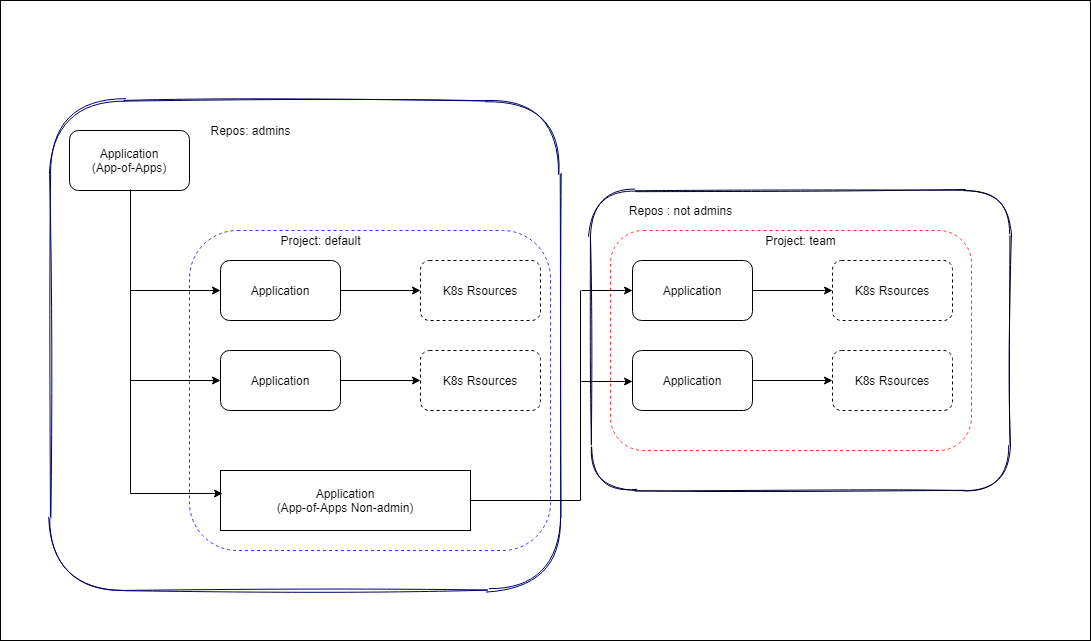
This is tenant.png from melak-cmd/diagrams, a draw.io export, as it was before one commit. Source tidied: cells renumbered, new cells last; positions are measured from the earlier drawing's top-left corner, leaving out a move shared by most shapes.
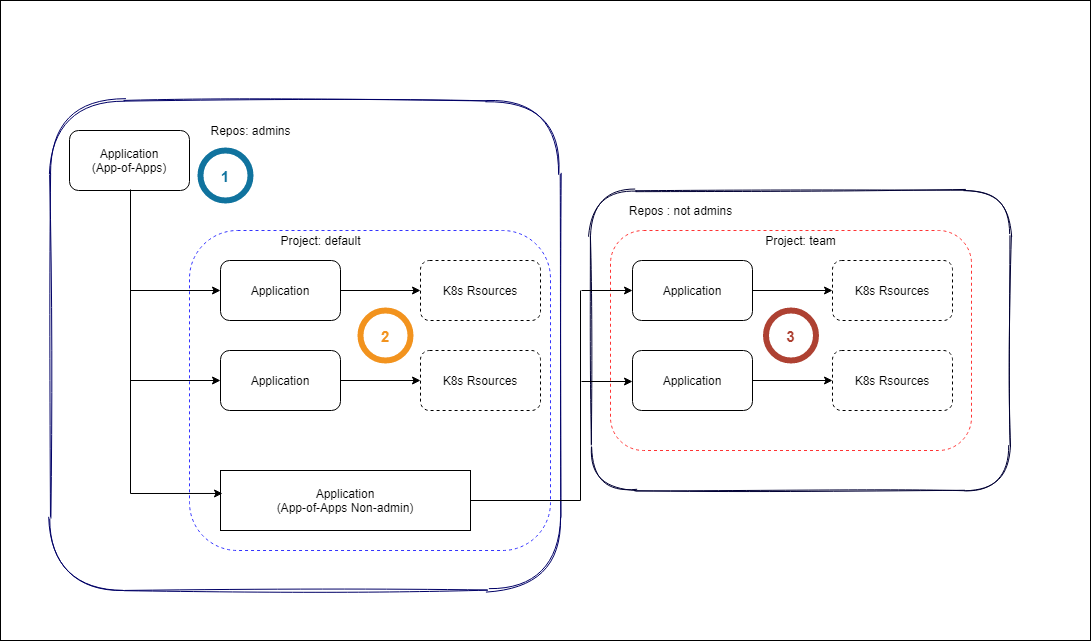
Above is the later version.

Change to the diagram source:
```diff
@@ -116,5 +116,14 @@
     <mxCell id="32" value="Repos: admins" style="text;html=1;align=center;verticalAlign=middle;" parent="1" vertex="1">
       <mxGeometry x="200" y="120" width="100" height="20" as="geometry" />
     </mxCell>
+    <mxCell id="33" value="1" style="shape=ellipse;strokeWidth=6;strokeColor=#10739E;fontSize=15;html=0;fontStyle=1;fontColor=#10739E;" parent="1" vertex="1">
+      <mxGeometry x="200" y="150" width="50" height="50" as="geometry" />
+    </mxCell>
+    <mxCell id="34" value="2" style="shape=ellipse;strokeWidth=6;strokeColor=#F2931E;fontSize=15;html=0;fontStyle=1;fontColor=#F2931E;" parent="1" vertex="1">
+      <mxGeometry x="360" y="310" width="50" height="50" as="geometry" />
+    </mxCell>
+    <mxCell id="35" value="3" style="shape=ellipse;strokeWidth=6;strokeColor=#AE4132;fontSize=15;html=0;fontStyle=1;fontColor=#AE4132;" parent="1" vertex="1">
+      <mxGeometry x="765.5" y="310" width="50" height="50" as="geometry" />
+    </mxCell>
   </root>
 </mxGraphModel>
```
